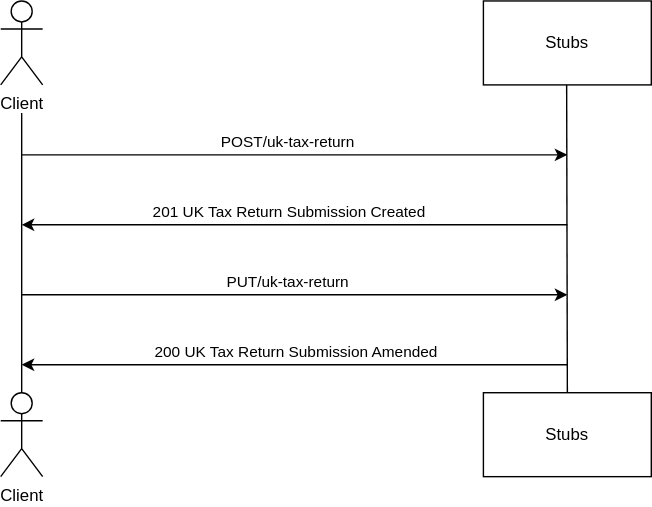
Before: source/documentation/figures/amenduktr-test-sequence.svg, a diagram exported from draw.io (hmrc/pillar2-service-guide). Source tidied: cells renumbered, new cells last; positions are measured from the earlier drawing's top-left corner, leaving out a move shared by most shapes. The source it was exported from:
```xml
<mxGraphModel>
  <root>
    <mxCell id="0" />
    <mxCell id="1" parent="0" />
    <mxCell id="2" value="Client" style="shape=umlActor;verticalLabelPosition=bottom;verticalAlign=top;html=1;" parent="1" vertex="1">
      <mxGeometry width="30" height="60" as="geometry" />
    </mxCell>
    <mxCell id="3" value="Client" style="shape=umlActor;verticalLabelPosition=bottom;verticalAlign=top;html=1;" parent="1" vertex="1">
      <mxGeometry y="280" width="30" height="60" as="geometry" />
    </mxCell>
    <mxCell id="4" style="endArrow=none;html=1;rounded=0;" parent="1" edge="1">
      <mxGeometry relative="1" as="geometry">
        <mxPoint x="15" y="280" as="sourcePoint" />
        <mxPoint x="15" y="80" as="targetPoint" />
      </mxGeometry>
    </mxCell>
    <mxCell id="5" value="Stubs" style="rounded=0;whiteSpace=wrap;html=1;" parent="1" vertex="1">
      <mxGeometry x="345" width="120" height="60" as="geometry" />
    </mxCell>
    <mxCell id="6" value="Stubs" style="rounded=0;whiteSpace=wrap;html=1;" parent="1" vertex="1">
      <mxGeometry x="345" y="280" width="120" height="60" as="geometry" />
    </mxCell>
    <mxCell id="7" style="endArrow=none;html=1;rounded=0;exitX=0.5;exitY=0;exitDx=0;exitDy=0;" parent="1" edge="1" source="6">
      <mxGeometry relative="1" as="geometry">
        <mxPoint x="404.5" y="60" as="targetPoint" />
      </mxGeometry>
    </mxCell>
    <mxCell id="8" style="endArrow=classic;html=1;rounded=0;" parent="1" edge="1">
      <mxGeometry relative="1" as="geometry">
        <mxPoint x="15" y="110" as="sourcePoint" />
        <mxPoint x="405" y="110" as="targetPoint" />
      </mxGeometry>
    </mxCell>
    <mxCell id="9" value="POST/uk-tax-return" style="edgeLabel;html=1;align=center;verticalAlign=middle;" parent="8" vertex="1">
      <mxGeometry x="-0.19" relative="1" as="geometry">
        <mxPoint x="31" y="-10" as="offset" />
      </mxGeometry>
    </mxCell>
    <mxCell id="10" style="endArrow=classic;html=1;rounded=0;" parent="1" edge="1">
      <mxGeometry relative="1" as="geometry">
        <mxPoint x="405" y="160" as="sourcePoint" />
        <mxPoint x="15" y="160" as="targetPoint" />
      </mxGeometry>
    </mxCell>
    <mxCell id="11" value="201 UK Tax Return Submission Created" style="edgeLabel;html=1;align=center;verticalAlign=middle;" parent="10" vertex="1">
      <mxGeometry x="0.13" relative="1" as="geometry">
        <mxPoint x="20" y="-10" as="offset" />
      </mxGeometry>
    </mxCell>
    <mxCell id="12" style="endArrow=classic;html=1;rounded=0;" parent="1" edge="1">
      <mxGeometry relative="1" as="geometry">
        <mxPoint x="15" y="210" as="sourcePoint" />
        <mxPoint x="405" y="210" as="targetPoint" />
      </mxGeometry>
    </mxCell>
    <mxCell id="13" value="PUT/uk-tax-return" style="edgeLabel;html=1;align=center;verticalAlign=middle;" parent="12" vertex="1">
      <mxGeometry x="-0.15" y="-2" relative="1" as="geometry">
        <mxPoint x="23" y="-12" as="offset" />
      </mxGeometry>
    </mxCell>
    <mxCell id="14" style="endArrow=classic;html=1;rounded=0;" parent="1" edge="1">
      <mxGeometry relative="1" as="geometry">
        <mxPoint x="405" y="260" as="sourcePoint" />
        <mxPoint x="15" y="260" as="targetPoint" />
      </mxGeometry>
    </mxCell>
    <mxCell id="15" value="200 UK Tax Return Submission Amended" style="edgeLabel;html=1;align=center;verticalAlign=middle;" parent="14" vertex="1">
      <mxGeometry y="2" relative="1" as="geometry">
        <mxPoint y="-12" as="offset" />
      </mxGeometry>
    </mxCell>
  </root>
</mxGraphModel>
```
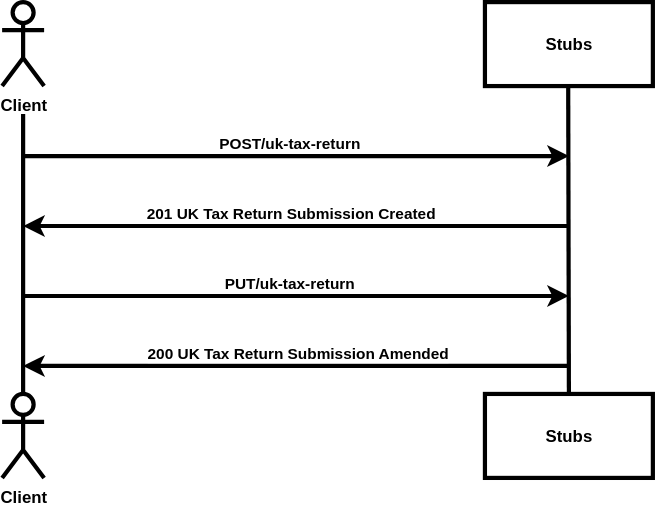
Above is the later version.

Change to the diagram source:
```diff
@@ -2,69 +2,69 @@
   <root>
     <mxCell id="0" />
     <mxCell id="1" parent="0" />
-    <mxCell id="2" value="Client" style="shape=umlActor;verticalLabelPosition=bottom;verticalAlign=top;html=1;" parent="1" vertex="1">
+    <mxCell id="2" value="Client" style="shape=umlActor;verticalLabelPosition=bottom;verticalAlign=top;html=1;fontStyle=1;strokeWidth=3;" parent="1" vertex="1">
       <mxGeometry width="30" height="60" as="geometry" />
     </mxCell>
-    <mxCell id="3" value="Client" style="shape=umlActor;verticalLabelPosition=bottom;verticalAlign=top;html=1;" parent="1" vertex="1">
+    <mxCell id="3" value="Client" style="shape=umlActor;verticalLabelPosition=bottom;verticalAlign=top;html=1;fontStyle=1;strokeWidth=3;" parent="1" vertex="1">
       <mxGeometry y="280" width="30" height="60" as="geometry" />
     </mxCell>
-    <mxCell id="4" style="endArrow=none;html=1;rounded=0;" parent="1" edge="1">
+    <mxCell id="4" style="endArrow=none;html=1;rounded=0;fontStyle=1;strokeWidth=3;" parent="1" edge="1">
       <mxGeometry relative="1" as="geometry">
         <mxPoint x="15" y="280" as="sourcePoint" />
         <mxPoint x="15" y="80" as="targetPoint" />
       </mxGeometry>
     </mxCell>
-    <mxCell id="5" value="Stubs" style="rounded=0;whiteSpace=wrap;html=1;" parent="1" vertex="1">
+    <mxCell id="5" value="Stubs" style="rounded=0;whiteSpace=wrap;html=1;fontStyle=1;strokeWidth=3;" parent="1" vertex="1">
       <mxGeometry x="345" width="120" height="60" as="geometry" />
     </mxCell>
-    <mxCell id="6" value="Stubs" style="rounded=0;whiteSpace=wrap;html=1;" parent="1" vertex="1">
+    <mxCell id="6" value="Stubs" style="rounded=0;whiteSpace=wrap;html=1;fontStyle=1;strokeWidth=3;" parent="1" vertex="1">
       <mxGeometry x="345" y="280" width="120" height="60" as="geometry" />
     </mxCell>
-    <mxCell id="7" style="endArrow=none;html=1;rounded=0;exitX=0.5;exitY=0;exitDx=0;exitDy=0;" parent="1" edge="1" source="6">
+    <mxCell id="7" style="endArrow=none;html=1;rounded=0;exitX=0.5;exitY=0;exitDx=0;exitDy=0;fontStyle=1;strokeWidth=3;" parent="1" edge="1" source="6">
       <mxGeometry relative="1" as="geometry">
         <mxPoint x="404.5" y="60" as="targetPoint" />
       </mxGeometry>
     </mxCell>
-    <mxCell id="8" style="endArrow=classic;html=1;rounded=0;" parent="1" edge="1">
+    <mxCell id="8" style="endArrow=classic;html=1;rounded=0;fontStyle=1;strokeWidth=3;" parent="1" edge="1">
       <mxGeometry relative="1" as="geometry">
         <mxPoint x="15" y="110" as="sourcePoint" />
         <mxPoint x="405" y="110" as="targetPoint" />
       </mxGeometry>
     </mxCell>
-    <mxCell id="9" value="POST/uk-tax-return" style="edgeLabel;html=1;align=center;verticalAlign=middle;" parent="8" vertex="1">
+    <mxCell id="9" value="POST/uk-tax-return" style="edgeLabel;html=1;align=center;verticalAlign=middle;fontStyle=1;" parent="8" vertex="1">
       <mxGeometry x="-0.19" relative="1" as="geometry">
         <mxPoint x="31" y="-10" as="offset" />
       </mxGeometry>
     </mxCell>
-    <mxCell id="10" style="endArrow=classic;html=1;rounded=0;" parent="1" edge="1">
+    <mxCell id="10" style="endArrow=classic;html=1;rounded=0;fontStyle=1;strokeWidth=3;" parent="1" edge="1">
       <mxGeometry relative="1" as="geometry">
         <mxPoint x="405" y="160" as="sourcePoint" />
         <mxPoint x="15" y="160" as="targetPoint" />
       </mxGeometry>
     </mxCell>
-    <mxCell id="11" value="201 UK Tax Return Submission Created" style="edgeLabel;html=1;align=center;verticalAlign=middle;" parent="10" vertex="1">
+    <mxCell id="11" value="201 UK Tax Return Submission Created" style="edgeLabel;html=1;align=center;verticalAlign=middle;fontStyle=1;" parent="10" vertex="1">
       <mxGeometry x="0.13" relative="1" as="geometry">
         <mxPoint x="20" y="-10" as="offset" />
       </mxGeometry>
     </mxCell>
-    <mxCell id="12" style="endArrow=classic;html=1;rounded=0;" parent="1" edge="1">
+    <mxCell id="12" style="endArrow=classic;html=1;rounded=0;fontStyle=1;strokeWidth=3;" parent="1" edge="1">
       <mxGeometry relative="1" as="geometry">
         <mxPoint x="15" y="210" as="sourcePoint" />
         <mxPoint x="405" y="210" as="targetPoint" />
       </mxGeometry>
     </mxCell>
-    <mxCell id="13" value="PUT/uk-tax-return" style="edgeLabel;html=1;align=center;verticalAlign=middle;" parent="12" vertex="1">
+    <mxCell id="13" value="PUT/uk-tax-return" style="edgeLabel;html=1;align=center;verticalAlign=middle;fontStyle=1;" parent="12" vertex="1">
       <mxGeometry x="-0.15" y="-2" relative="1" as="geometry">
         <mxPoint x="23" y="-12" as="offset" />
       </mxGeometry>
     </mxCell>
-    <mxCell id="14" style="endArrow=classic;html=1;rounded=0;" parent="1" edge="1">
+    <mxCell id="14" style="endArrow=classic;html=1;rounded=0;fontStyle=1;strokeWidth=3;" parent="1" edge="1">
       <mxGeometry relative="1" as="geometry">
         <mxPoint x="405" y="260" as="sourcePoint" />
         <mxPoint x="15" y="260" as="targetPoint" />
       </mxGeometry>
     </mxCell>
-    <mxCell id="15" value="200 UK Tax Return Submission Amended" style="edgeLabel;html=1;align=center;verticalAlign=middle;" parent="14" vertex="1">
+    <mxCell id="15" value="200 UK Tax Return Submission Amended" style="edgeLabel;html=1;align=center;verticalAlign=middle;fontStyle=1;" parent="14" vertex="1">
       <mxGeometry y="2" relative="1" as="geometry">
         <mxPoint y="-12" as="offset" />
       </mxGeometry>
```
